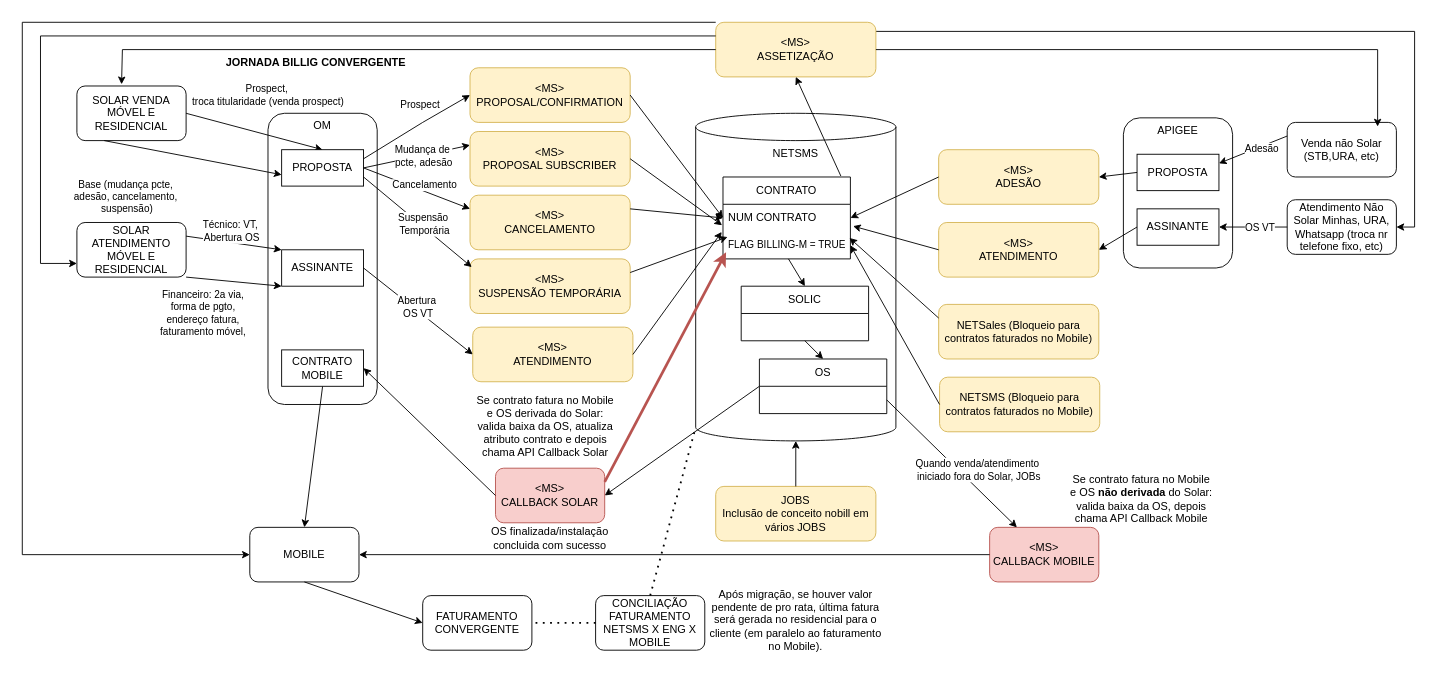
Before: 115129 Combo Multi PME-PJ.drawio in samirali/ClaroBrasil, a draw.io diagram. Source tidied: cells renumbered, new cells numbered last; positions are measured from the earlier drawing's top-left corner, leaving out a move shared by most shapes. Both pictures are drawn from the tidied source at 91%, with x=0, y=0 at pixel (22, 22).
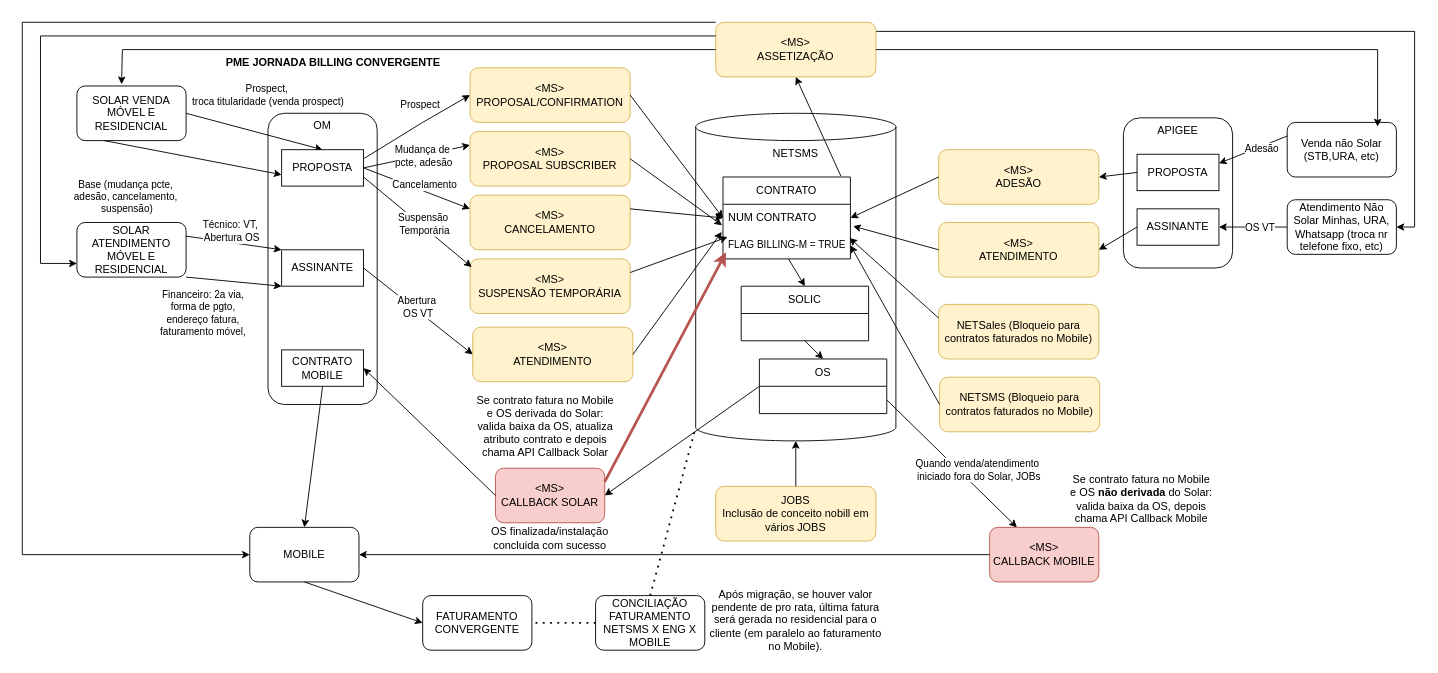
Above is the later version.

Change to the diagram source:
```diff
@@
-    <mxCell id="3" value="&lt;b&gt;JORNADA BILLIG CONVERGENTE&lt;/b&gt;" style="text;html=1;align=left;verticalAlign=middle;whiteSpace=wrap;rounded=0;" parent="1" vertex="1">
+    <mxCell id="3" value="&lt;b&gt;PME JORNADA BILLING CONVERGENTE&lt;/b&gt;" style="text;html=1;align=left;verticalAlign=middle;whiteSpace=wrap;rounded=0;" parent="1" vertex="1">
       <mxGeometry x="222" y="30" width="270" height="30" as="geometry" />
     </mxCell>
```
